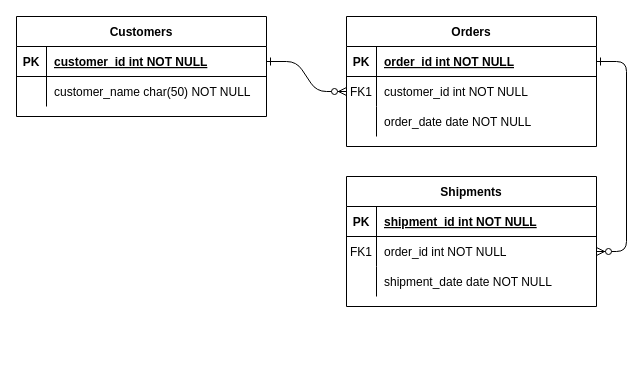
Above: Untitled Diagram.drawio in Ravenstories/ORM_DatabaseFirst (draw.io), before the change. Source tidied: cells renumbered, new cells numbered last; positions are measured from the earlier drawing's top-left corner, leaving out a move shared by most shapes. Both pictures are drawn from the tidied source at 100%, with x=0, y=0 at pixel (16, 16).
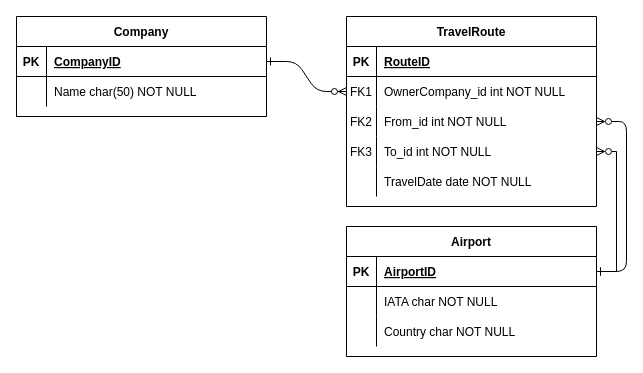
The same diagram, later.

Unchanged cells that the change refers to:
```xml
<mxCell id="5" style="shape=partialRectangle;fillColor=none;points=[[0,0.5],[1,0.5]];portConstraint=eastwest;top=0;left=0;right=0;bottom=1;" parent="4" vertex="1">
  <mxGeometry y="30" width="250" height="30" as="geometry" />
</mxCell>
<mxCell id="8" style="shape=partialRectangle;fillColor=none;points=[[0,0.5],[1,0.5]];portConstraint=eastwest;top=0;left=0;right=0;bottom=0;" parent="4" vertex="1">
  <mxGeometry y="60" width="250" height="30" as="geometry" />
</mxCell>
<mxCell id="11" style="shape=partialRectangle;fillColor=none;points=[[0,0.5],[1,0.5]];portConstraint=eastwest;top=0;left=0;right=0;bottom=0;" parent="4" vertex="1">
  <mxGeometry y="90" width="250" height="30" as="geometry" />
</mxCell>
<mxCell id="15" style="shape=partialRectangle;fillColor=none;points=[[0,0.5],[1,0.5]];portConstraint=eastwest;top=0;left=0;right=0;bottom=1;" parent="14" vertex="1">
  <mxGeometry y="30" width="250" height="30" as="geometry" />
</mxCell>
<mxCell id="18" style="shape=partialRectangle;fillColor=none;points=[[0,0.5],[1,0.5]];portConstraint=eastwest;top=0;left=0;right=0;bottom=0;" parent="14" vertex="1">
  <mxGeometry y="60" width="250" height="30" as="geometry" />
</mxCell>
<mxCell id="21" style="shape=partialRectangle;fillColor=none;top=0;left=0;right=0;bottom=0;" parent="14" vertex="1">
  <mxGeometry y="90" width="250" height="30" as="geometry" />
</mxCell>
<mxCell id="25" style="shape=partialRectangle;fillColor=none;points=[[0,0.5],[1,0.5]];portConstraint=eastwest;top=0;left=0;right=0;bottom=1;" parent="24" vertex="1">
  <mxGeometry y="30" width="250" height="30" as="geometry" />
</mxCell>
<mxCell id="28" style="shape=partialRectangle;fillColor=none;top=0;left=0;right=0;bottom=0;" parent="24" vertex="1">
  <mxGeometry y="60" width="250" height="30" as="geometry" />
</mxCell>
```

The edit, as a diff of the source:
```diff
@@
-    <mxCell id="3" style="edgeStyle=entityRelationEdgeStyle;endArrow=ERzeroToMany;startArrow=ERone;endFill=1;startFill=0;" parent="1" edge="1" source="5" target="18">
+    <mxCell id="3" style="edgeStyle=entityRelationEdgeStyle;endArrow=ERone;startArrow=ERzeroToMany;endFill=0;startFill=0;entryX=1;entryY=0.5;entryDx=0;entryDy=0;exitX=1;exitY=0.5;exitDx=0;exitDy=0;" parent="1" edge="1" source="11" target="15">
       <mxGeometry relative="1" as="geometry" />
     </mxCell>
-    <mxCell id="4" value="Orders" style="shape=table;startSize=30;childLayout=tableLayout;rowLines=0;fontStyle=1;align=center;" parent="1" vertex="1">
-      <mxGeometry x="330" width="250" height="130" as="geometry" />
+    <mxCell id="4" value="TravelRoute" style="shape=table;startSize=30;childLayout=tableLayout;rowLines=0;fontStyle=1;align=center;" parent="1" vertex="1">
+      <mxGeometry x="330" width="250" height="190" as="geometry" />
     </mxCell>
@@
-    <mxCell id="7" value="order_id int NOT NULL " style="shape=partialRectangle;overflow=hidden;fillColor=none;top=0;left=0;bottom=0;right=0;align=left;spacingLeft=6;fontStyle=5;" parent="5" vertex="1">
+    <mxCell id="7" value="RouteID" style="shape=partialRectangle;overflow=hidden;fillColor=none;top=0;left=0;bottom=0;right=0;align=left;spacingLeft=6;fontStyle=5;" parent="5" vertex="1">
       <mxGeometry x="30" width="220" height="30" as="geometry" />
     </mxCell>
@@
-    <mxCell id="10" value="customer_id int NOT NULL" style="shape=partialRectangle;overflow=hidden;fillColor=none;top=0;left=0;bottom=0;right=0;align=left;spacingLeft=6;" parent="8" vertex="1">
+    <mxCell id="10" value="OwnerCompany_id int NOT NULL" style="shape=partialRectangle;overflow=hidden;fillColor=none;top=0;left=0;bottom=0;right=0;align=left;spacingLeft=6;" parent="8" vertex="1">
       <mxGeometry x="30" width="220" height="30" as="geometry" />
     </mxCell>
@@
-    <mxCell id="12" style="shape=partialRectangle;overflow=hidden;fillColor=none;top=0;left=0;bottom=0;right=0;" parent="11" vertex="1">
+    <mxCell id="12" value="FK2" style="shape=partialRectangle;overflow=hidden;fillColor=none;top=0;left=0;bottom=0;right=0;" parent="11" vertex="1">
       <mxGeometry width="30" height="30" as="geometry" />
     </mxCell>
-    <mxCell id="13" value="order_date date NOT NULL" style="shape=partialRectangle;overflow=hidden;fillColor=none;top=0;left=0;bottom=0;right=0;align=left;spacingLeft=6;" parent="11" vertex="1">
+    <mxCell id="13" value="From_id int NOT NULL" style="shape=partialRectangle;overflow=hidden;fillColor=none;top=0;left=0;bottom=0;right=0;align=left;spacingLeft=6;" parent="11" vertex="1">
       <mxGeometry x="30" width="220" height="30" as="geometry" />
     </mxCell>
+    <mxCell id="31" style="shape=partialRectangle;fillColor=none;points=[[0,0.5],[1,0.5]];portConstraint=eastwest;top=0;left=0;right=0;bottom=0;" parent="4" vertex="1">
+      <mxGeometry y="120" width="250" height="30" as="geometry" />
+    </mxCell>
+    <mxCell id="32" value="FK3" style="shape=partialRectangle;overflow=hidden;fillColor=none;top=0;left=0;bottom=0;right=0;" parent="31" vertex="1">
+      <mxGeometry width="30" height="30" as="geometry" />
+    </mxCell>
+    <mxCell id="33" value="To_id int NOT NULL" style="shape=partialRectangle;overflow=hidden;fillColor=none;top=0;left=0;bottom=0;right=0;align=left;spacingLeft=6;" parent="31" vertex="1">
+      <mxGeometry x="30" width="220" height="30" as="geometry" />
+    </mxCell>
+    <mxCell id="34" style="shape=partialRectangle;fillColor=none;top=0;left=0;right=0;bottom=0;" parent="4" vertex="1">
+      <mxGeometry y="150" width="250" height="30" as="geometry" />
+    </mxCell>
+    <mxCell id="35" style="shape=partialRectangle;overflow=hidden;fillColor=none;top=0;left=0;bottom=0;right=0;" parent="34" vertex="1">
+      <mxGeometry width="30" height="30" as="geometry" />
+    </mxCell>
+    <mxCell id="36" value="TravelDate date NOT NULL" style="shape=partialRectangle;overflow=hidden;fillColor=none;top=0;left=0;bottom=0;right=0;align=left;spacingLeft=6;" parent="34" vertex="1">
+      <mxGeometry x="30" width="220" height="30" as="geometry" />
+    </mxCell>
-    <mxCell id="14" value="Shipments" style="shape=table;startSize=30;childLayout=tableLayout;rowLines=0;fontStyle=1;align=center;" parent="1" vertex="1">
-      <mxGeometry x="330" y="160" width="250" height="130" as="geometry" />
+    <mxCell id="14" value="Airport" style="shape=table;startSize=30;childLayout=tableLayout;rowLines=0;fontStyle=1;align=center;" parent="1" vertex="1">
+      <mxGeometry x="330" y="210" width="250" height="130" as="geometry" />
     </mxCell>
@@
-    <mxCell id="17" value="shipment_id int NOT NULL " style="shape=partialRectangle;overflow=hidden;fillColor=none;top=0;left=0;bottom=0;right=0;align=left;spacingLeft=6;fontStyle=5;" parent="15" vertex="1">
+    <mxCell id="17" value="AirportID" style="shape=partialRectangle;overflow=hidden;fillColor=none;top=0;left=0;bottom=0;right=0;align=left;spacingLeft=6;fontStyle=5;" parent="15" vertex="1">
       <mxGeometry x="30" width="220" height="30" as="geometry" />
     </mxCell>
@@
-    <mxCell id="19" value="FK1" style="shape=partialRectangle;overflow=hidden;fillColor=none;top=0;left=0;bottom=0;right=0;" parent="18" vertex="1">
+    <mxCell id="19" style="shape=partialRectangle;overflow=hidden;fillColor=none;top=0;left=0;bottom=0;right=0;" parent="18" vertex="1">
       <mxGeometry width="30" height="30" as="geometry" />
     </mxCell>
-    <mxCell id="20" value="order_id int NOT NULL" style="shape=partialRectangle;overflow=hidden;fillColor=none;top=0;left=0;bottom=0;right=0;align=left;spacingLeft=6;" parent="18" vertex="1">
+    <mxCell id="20" value="IATA char NOT NULL" style="shape=partialRectangle;overflow=hidden;fillColor=none;top=0;left=0;bottom=0;right=0;align=left;spacingLeft=6;" parent="18" vertex="1">
       <mxGeometry x="30" width="220" height="30" as="geometry" />
     </mxCell>
@@
-    <mxCell id="23" value="shipment_date date NOT NULL" style="shape=partialRectangle;overflow=hidden;fillColor=none;top=0;left=0;bottom=0;right=0;align=left;spacingLeft=6;" parent="21" vertex="1">
+    <mxCell id="23" value="Country char NOT NULL" style="shape=partialRectangle;overflow=hidden;fillColor=none;top=0;left=0;bottom=0;right=0;align=left;spacingLeft=6;" parent="21" vertex="1">
       <mxGeometry x="30" width="220" height="30" as="geometry" />
     </mxCell>
-    <mxCell id="24" value="Customers" style="shape=table;startSize=30;childLayout=tableLayout;rowLines=0;fontStyle=1;align=center;" parent="1" vertex="1">
+    <mxCell id="24" value="Company" style="shape=table;startSize=30;childLayout=tableLayout;rowLines=0;fontStyle=1;align=center;" parent="1" vertex="1">
       <mxGeometry width="250" height="100" as="geometry" />
     </mxCell>
@@
-    <mxCell id="27" value="customer_id int NOT NULL " style="shape=partialRectangle;overflow=hidden;fillColor=none;top=0;left=0;bottom=0;right=0;align=left;spacingLeft=6;fontStyle=5;" parent="25" vertex="1">
+    <mxCell id="27" value="CompanyID" style="shape=partialRectangle;overflow=hidden;fillColor=none;top=0;left=0;bottom=0;right=0;align=left;spacingLeft=6;fontStyle=5;" parent="25" vertex="1">
       <mxGeometry x="30" width="220" height="30" as="geometry" />
     </mxCell>
@@
-    <mxCell id="30" value="customer_name char(50) NOT NULL" style="shape=partialRectangle;overflow=hidden;fillColor=none;top=0;left=0;bottom=0;right=0;align=left;spacingLeft=6;" parent="28" vertex="1">
+    <mxCell id="30" value="Name char(50) NOT NULL" style="shape=partialRectangle;overflow=hidden;fillColor=none;top=0;left=0;bottom=0;right=0;align=left;spacingLeft=6;" parent="28" vertex="1">
       <mxGeometry x="30" width="220" height="30" as="geometry" />
     </mxCell>
+    <mxCell id="37" style="edgeStyle=orthogonalEdgeStyle;rounded=0;jettySize=auto;html=1;exitX=1;exitY=0.5;exitDx=0;exitDy=0;entryX=1;entryY=0.5;entryDx=0;entryDy=0;startArrow=ERzeroToMany;startFill=0;endArrow=ERone;endFill=0;" parent="1" edge="1" source="31" target="15">
+      <mxGeometry relative="1" as="geometry" />
+    </mxCell>
```
